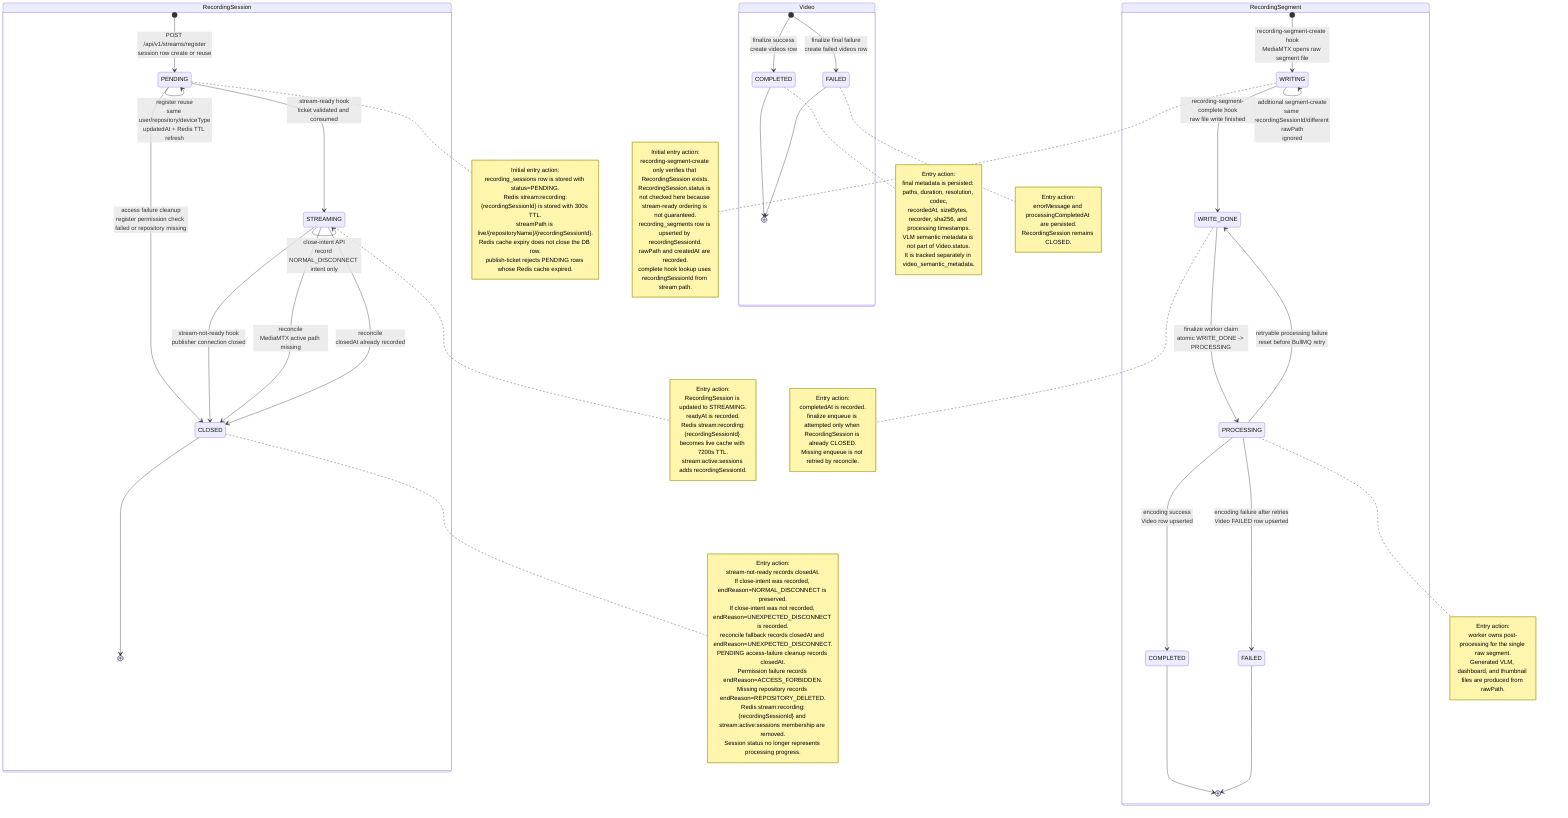
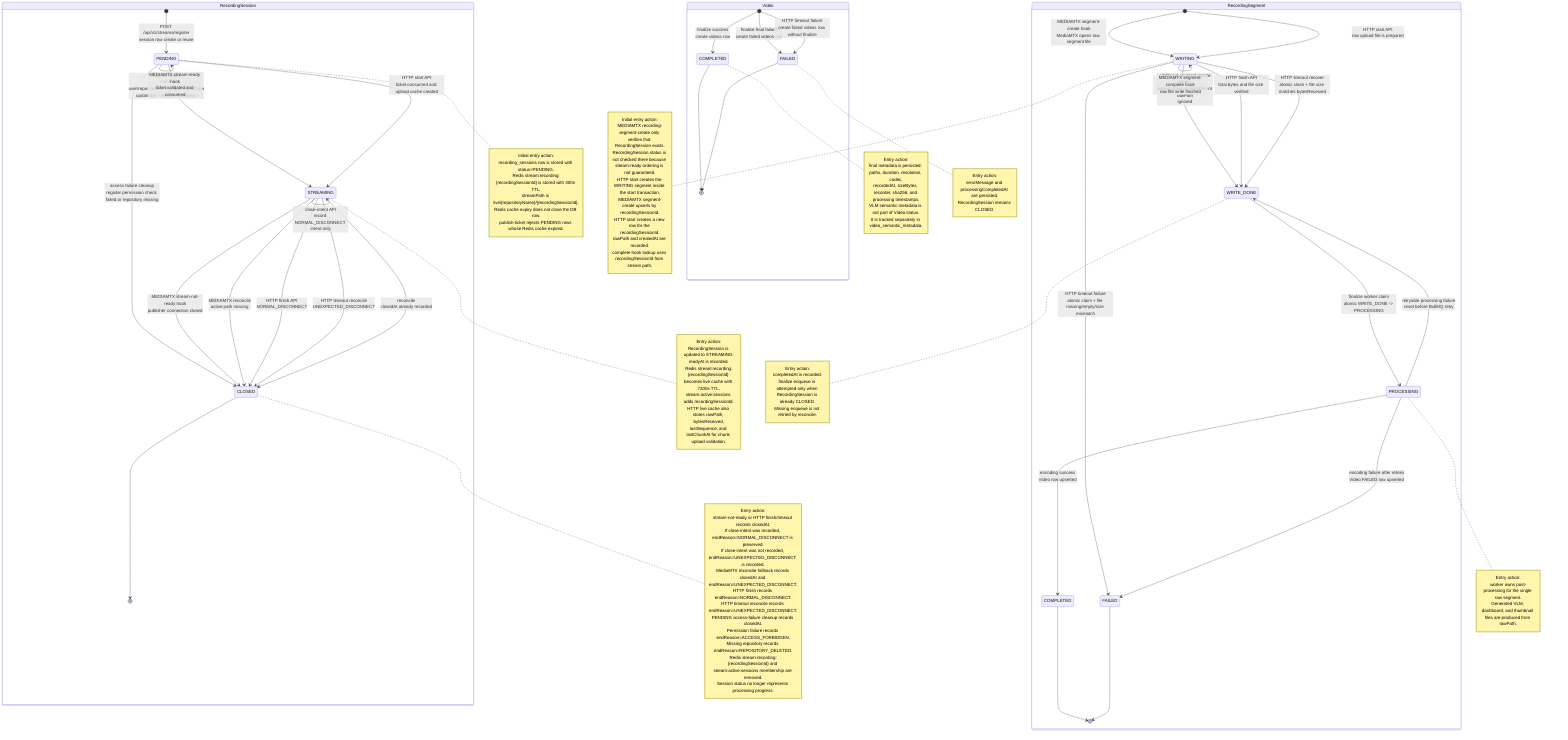
stateDiagram-v2
  state "RecordingSession" as RecordingSession {
    [*] --> RS_PENDING: POST /api/v1/streams/register<br/>session row create or reuse

    state "PENDING" as RS_PENDING
    state "STREAMING" as RS_STREAMING
    state "CLOSED" as RS_CLOSED

    note right of RS_PENDING
      Initial entry action:
      recording_sessions row is stored with status=PENDING.
      Redis stream:recording:{recordingSessionId} is stored with 300s TTL.
      streamPath is live/{repositoryName}/{recordingSessionId}.
      Redis cache expiry does not close the DB row.
      publish-ticket rejects PENDING rows whose Redis cache expired.
    end note

-     RS_PENDING --> RS_PENDING: register reuse<br/>same user/repository/deviceType<br/>updatedAt + Redis TTL refresh
-     RS_PENDING --> RS_STREAMING: stream-ready hook<br/>ticket validated and consumed
+     RS_PENDING --> RS_PENDING: register reuse<br/>same user/repository/deviceType/ingestType<br/>updatedAt + Redis TTL refresh
+     RS_PENDING --> RS_STREAMING: MEDIAMTX stream-ready hook<br/>ticket validated and consumed
+     RS_PENDING --> RS_STREAMING: HTTP start API<br/>ticket consumed and upload cache created
    RS_PENDING --> RS_CLOSED: access failure cleanup<br/>register permission check failed or repository missing

    note right of RS_STREAMING
      Entry action:
      RecordingSession is updated to STREAMING.
      readyAt is recorded.
      Redis stream:recording:{recordingSessionId} becomes live cache with 7200s TTL.
      stream:active:sessions adds recordingSessionId.
+       HTTP live cache also stores rawPath, bytesReceived,
+       lastSequence, and lastChunkAt for chunk upload validation.
    end note

    RS_STREAMING --> RS_STREAMING: close-intent API<br/>record NORMAL_DISCONNECT intent only
-     RS_STREAMING --> RS_CLOSED: stream-not-ready hook<br/>publisher connection closed
-     RS_STREAMING --> RS_CLOSED: reconcile<br/>MediaMTX active path missing
+     RS_STREAMING --> RS_CLOSED: MEDIAMTX stream-not-ready hook<br/>publisher connection closed
+     RS_STREAMING --> RS_CLOSED: MEDIAMTX reconcile<br/>active path missing
+     RS_STREAMING --> RS_CLOSED: HTTP finish API<br/>NORMAL_DISCONNECT
+     RS_STREAMING --> RS_CLOSED: HTTP timeout reconcile<br/>UNEXPECTED_DISCONNECT
    RS_STREAMING --> RS_CLOSED: reconcile<br/>closedAt already recorded

    note right of RS_CLOSED
      Entry action:
-       stream-not-ready records closedAt.
+       stream-not-ready or HTTP finish/timeout records closedAt.
      If close-intent was recorded, endReason=NORMAL_DISCONNECT is preserved.
      If close-intent was not recorded, endReason=UNEXPECTED_DISCONNECT is recorded.
-       reconcile fallback records closedAt and endReason=UNEXPECTED_DISCONNECT.
+       MediaMTX reconcile fallback records closedAt and endReason=UNEXPECTED_DISCONNECT.
+       HTTP finish records endReason=NORMAL_DISCONNECT.
+       HTTP timeout reconcile records endReason=UNEXPECTED_DISCONNECT.
      PENDING access-failure cleanup records closedAt.
      Permission failure records endReason=ACCESS_FORBIDDEN.
      Missing repository records endReason=REPOSITORY_DELETED.
      Redis stream:recording:{recordingSessionId} and stream:active:sessions membership are removed.
      Session status no longer represents processing progress.
    end note

    RS_CLOSED --> [*]
  }

  state "RecordingSegment" as RecordingSegment {
-     [*] --> SEG_WRITING: recording-segment-create hook<br/>MediaMTX opens raw segment file
+     [*] --> SEG_WRITING: MEDIAMTX segment-create hook<br/>MediaMTX opens raw segment file
+     [*] --> SEG_WRITING: HTTP start API<br/>raw upload file is prepared

    state "WRITING" as SEG_WRITING
    state "WRITE_DONE" as SEG_WRITE_DONE
    state "PROCESSING" as SEG_PROCESSING
    state "COMPLETED" as SEG_COMPLETED
    state "FAILED" as SEG_FAILED

    note right of SEG_WRITING
      Initial entry action:
-       recording-segment-create only verifies that RecordingSession exists.
-       RecordingSession.status is not checked here because stream-ready ordering is not guaranteed.
-       recording_segments row is upserted by recordingSessionId.
+       MEDIAMTX recording-segment-create only verifies that RecordingSession exists.
+       RecordingSession.status is not checked there because stream-ready ordering is not guaranteed.
+       HTTP start creates the WRITING segment inside the start transaction.
+       MEDIAMTX segment-create upserts by recordingSessionId.
+       HTTP start creates a new row for the recordingSessionId.
      rawPath and createdAt are recorded.
      complete hook lookup uses recordingSessionId from stream path.
    end note

    SEG_WRITING --> SEG_WRITING: duplicate segment-create<br/>same recordingSessionId/rawPath<br/>upsert no-op update
    SEG_WRITING --> SEG_WRITING: additional segment-create<br/>same recordingSessionId/different rawPath<br/>ignored
-     SEG_WRITING --> SEG_WRITE_DONE: recording-segment-complete hook<br/>raw file write finished
+     SEG_WRITING --> SEG_WRITE_DONE: MEDIAMTX segment-complete hook<br/>raw file write finished
+     SEG_WRITING --> SEG_WRITE_DONE: HTTP finish API<br/>total bytes and file size verified
+     SEG_WRITING --> SEG_WRITE_DONE: HTTP timeout recover<br/>atomic claim + file size matches bytesReceived
+     SEG_WRITING --> SEG_FAILED: HTTP timeout failure<br/>atomic claim + file missing/empty/size mismatch
    SEG_WRITE_DONE --> SEG_PROCESSING: finalize worker claim<br/>atomic WRITE_DONE -> PROCESSING
    SEG_PROCESSING --> SEG_WRITE_DONE: retryable processing failure<br/>reset before BullMQ retry
    SEG_PROCESSING --> SEG_COMPLETED: encoding success<br/>Video row upserted
    SEG_PROCESSING --> SEG_FAILED: encoding failure after retries<br/>Video FAILED row upserted

    note right of SEG_WRITE_DONE
      Entry action:
      completedAt is recorded.
      finalize enqueue is attempted only when RecordingSession is already CLOSED.
      Missing enqueue is not retried by reconcile.
    end note

    note right of SEG_PROCESSING
      Entry action:
      worker owns post-processing for the single raw segment.
      Generated VLM, dashboard, and thumbnail files are produced from rawPath.
    end note

    SEG_COMPLETED --> [*]
    SEG_FAILED --> [*]
  }

  state "Video" as Video {
    [*] --> VIDEO_COMPLETED: finalize success<br/>create videos row
    [*] --> VIDEO_FAILED: finalize final failure<br/>create failed videos row
+     [*] --> VIDEO_FAILED: HTTP timeout failure<br/>create failed videos row without finalize

    state "COMPLETED" as VIDEO_COMPLETED
    state "FAILED" as VIDEO_FAILED

    note right of VIDEO_COMPLETED
      Entry action:
      final metadata is persisted: paths, duration, resolution, codec,
      recordedAt, sizeBytes, recorder, sha256, and processing timestamps.
      VLM semantic metadata is not part of Video.status.
      It is tracked separately in video_semantic_metadata.
    end note

    note right of VIDEO_FAILED
      Entry action:
      errorMessage and processingCompletedAt are persisted.
      RecordingSession remains CLOSED.
    end note

    VIDEO_COMPLETED --> [*]
    VIDEO_FAILED --> [*]
  }

%% 참고:
%% RecordingSession.status는 streaming session 자체의 lifecycle만 표현한다.
- %% 최초 PENDING 진입은 register API가 담당하고, STREAMING 진입은 stream-ready hook이 담당한다.
+ %% 최초 PENDING 진입은 register API가 담당한다.
+ %% MEDIAMTX STREAMING 진입은 stream-ready hook이 담당하고, HTTP STREAMING 진입은 HTTP start API가 담당한다.
%% App 변경 필요:
%% App 종료 버튼은 legacy Stop API를 호출하지 않고
%% POST /api/v1/recordings/{recordingSessionId}/close-intent 를 먼저 호출한다.
%% body는 { "reason": "NORMAL_DISCONNECT" } 이며, 200 OK 이후 RTMP publisher socket을 정상 close한다.
%% close-intent는 RecordingSession.status를 바꾸지 않는 STREAMING self-loop이다.
%% publisher connection 종료는 stream-not-ready hook 또는 reconcile이 CLOSED로 반영한다.
%% MediaMTX stream-not-ready hook payload만으로 정상 close와 crash/reset을 완벽히 구분할 수는 없다.
+ %% HTTP ingest는 close-intent를 사용하지 않고 finish API 또는 timeout reconcile로 CLOSED 전환한다.
+ %% HTTP timeout reconcile은 RecordingSession=STREAMING 및 RecordingSegment=WRITING 상태를
+ %% DB transaction에서 claim한 경우에만 WRITE_DONE/FAILED 전환과 후속 cleanup을 수행한다.
+ %% finish 또는 다른 reconcile이 먼저 상태를 가져가 claim에 실패하면 no-op 처리한다.
+ %% HTTP timeout에서 raw file이 정상 복구 가능하면 WRITE_DONE으로 finalize를 시도하고,
+ %% file missing/empty/size mismatch이면 RecordingSegment=FAILED 및 Video=FAILED를 직접 기록한다.
%% recording session 하나는 RecordingSegment 하나만 가진다.
- %% 최초 segment 진입은 segment-create hook의 WRITING row 생성이다.
+ %% MEDIAMTX 최초 segment 진입은 segment-create hook의 WRITING row 생성이고,
+ %% HTTP 최초 segment 진입은 HTTP start API의 WRITING row 생성이다.
%% segment-create는 RecordingSession 존재만 확인하고, session status는 검증하지 않는다.
%% segment-complete는 누락된 segment를 복구 생성하지 않고, 기존 단일 RecordingSegment만 WRITE_DONE으로 확정한 뒤 enqueue를 시도한다.
%% segment-complete hook이 누락되면 WRITING segment는 자동으로 WRITE_DONE/FAILED로 보정하지 않는다.
%% RecordingSegment.status가 raw segment write와 후처리 상태를 표현한다.
%% Video row는 finalize가 성공하거나 최종 실패했을 때 생성된다.
